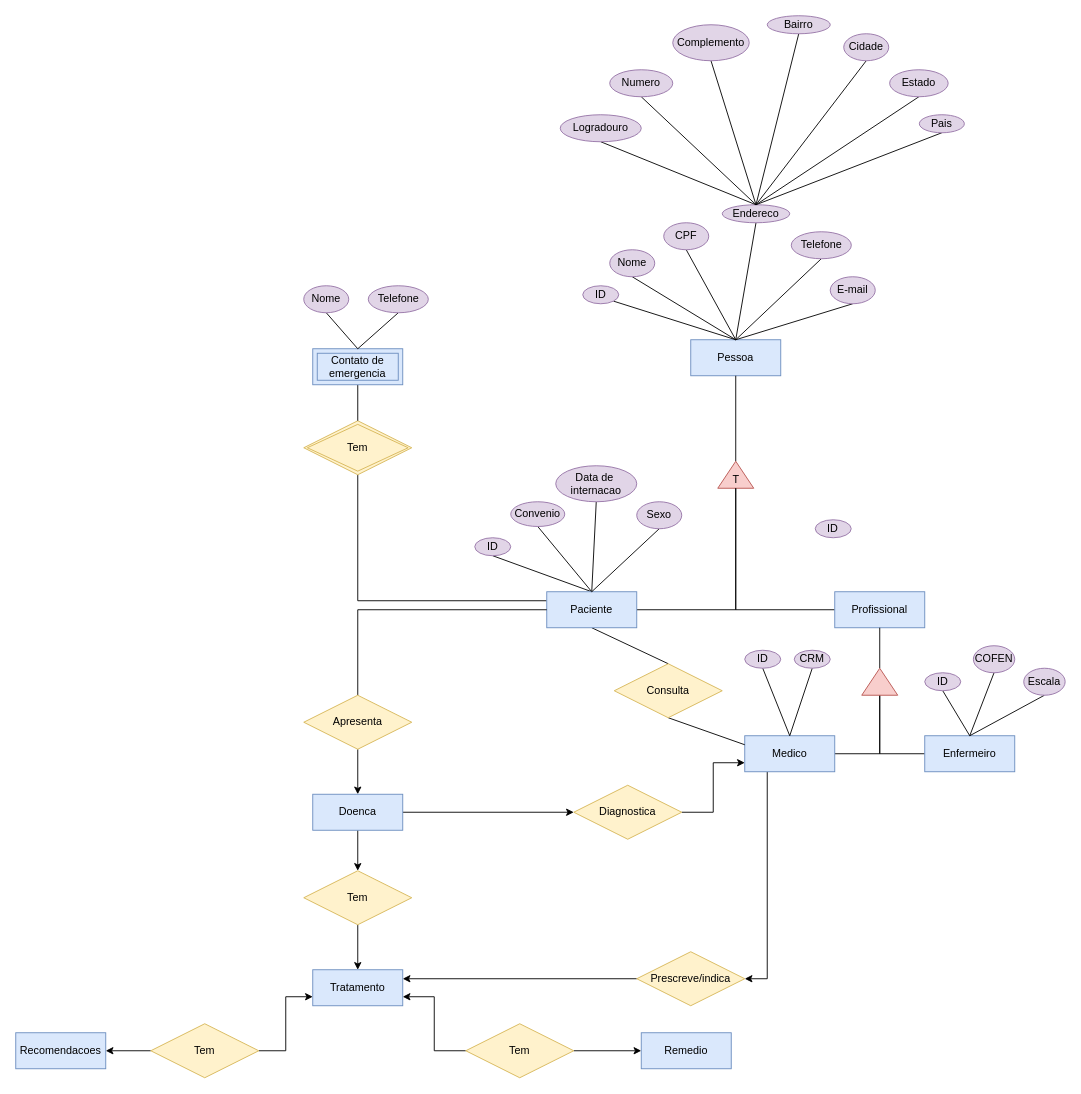
gkstaka/arquitetura_banco_dados keeps this draw.io diagram as Hospital basico.drawio. Above is the earlier version. Source tidied: cells renumbered, new cells numbered last; positions are measured from the earlier drawing's top-left corner, leaving out a move shared by most shapes. Both pictures are drawn from the tidied source at 90%, with x=0, y=0 at pixel (15, 15).
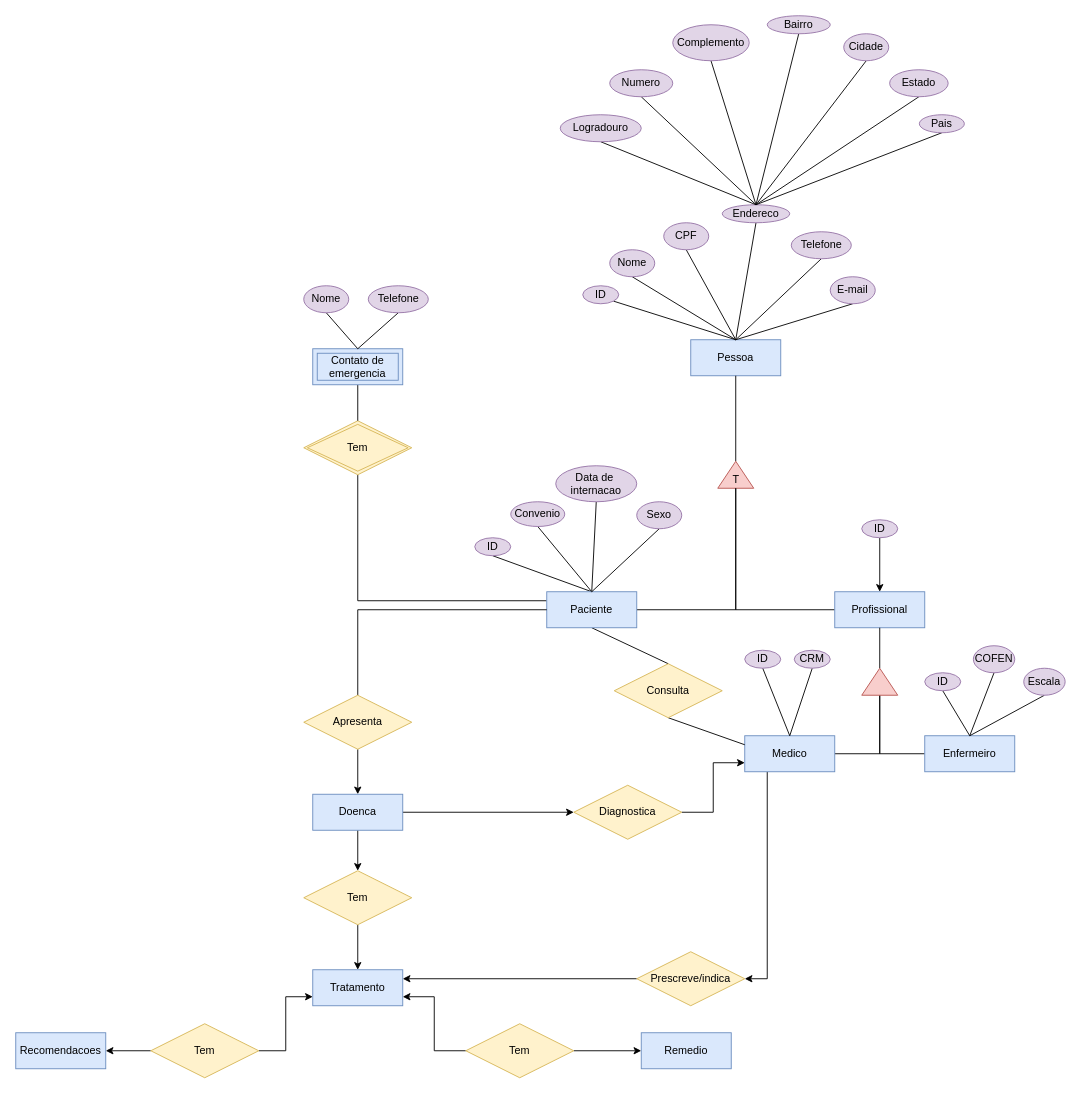
After the change.

Unchanged cells that the change refers to:
```xml
<mxCell id="50" value="Profissional" style="whiteSpace=wrap;html=1;align=center;fillColor=#dae8fc;strokeColor=#6c8ebf;" parent="1" vertex="1">
  <mxGeometry x="910" y="640" width="100" height="40" as="geometry" />
</mxCell>
```

What changed in the source:
```diff
@@
+    <mxCell id="94" style="edgeStyle=orthogonalEdgeStyle;rounded=0;jettySize=auto;html=1;exitX=0.5;exitY=1;exitDx=0;exitDy=0;entryX=0.5;entryY=0;entryDx=0;entryDy=0;" parent="1" edge="1" source="66" target="50">
+      <mxGeometry relative="1" as="geometry" />
+    </mxCell>
     <mxCell id="66" value="ID" style="ellipse;whiteSpace=wrap;html=1;align=center;fillColor=#e1d5e7;strokeColor=#9673a6;" parent="1" vertex="1">
-      <mxGeometry x="888.3" y="560" width="40" height="20" as="geometry" />
+      <mxGeometry x="940" y="560" width="40" height="20" as="geometry" />
     </mxCell>
```
